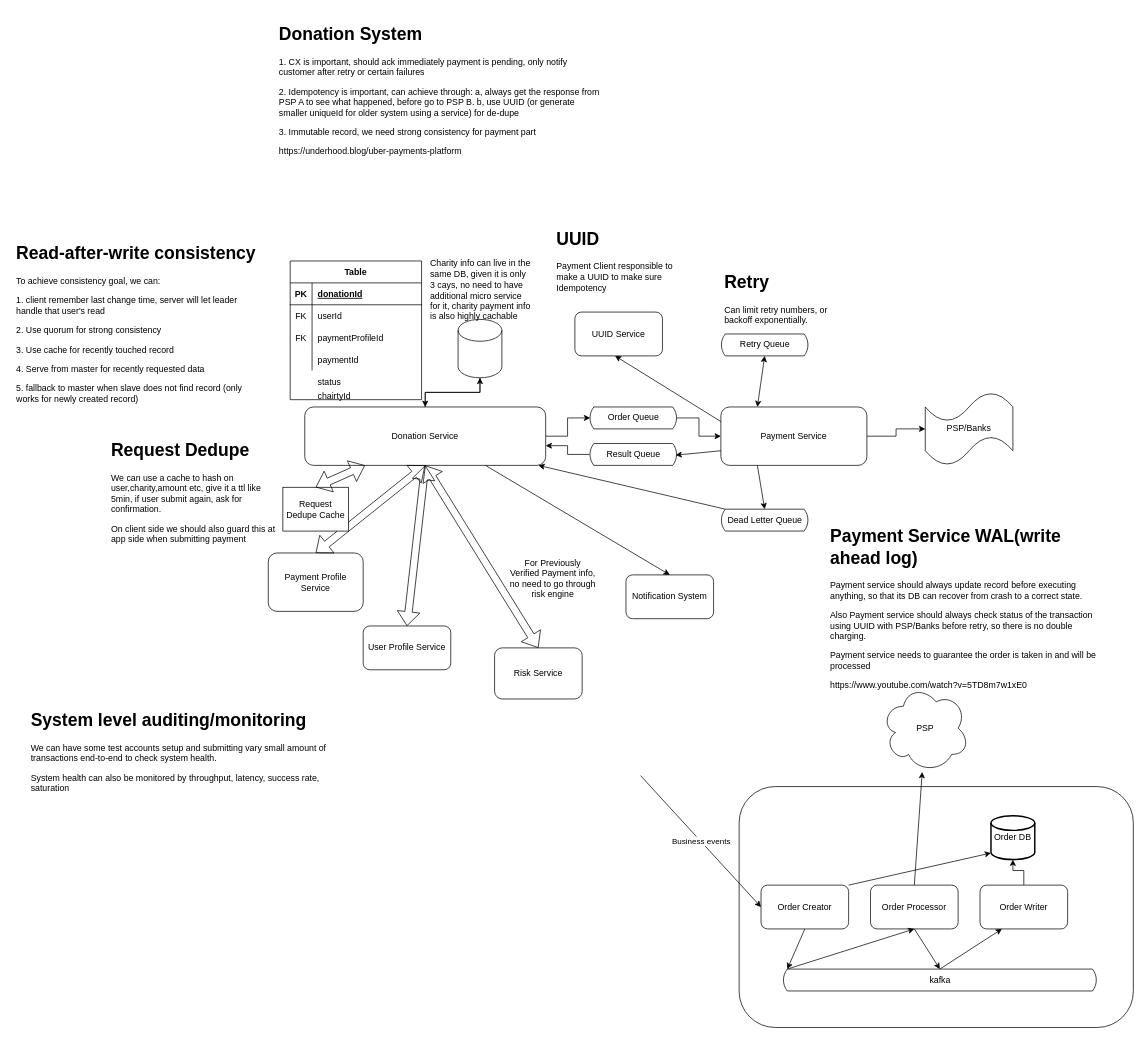
Before: System Design Diagrams/Donation System Diagram.drawio in zyy890316/CS-Notes, a draw.io diagram. Source tidied: cells renumbered, new cells numbered last; positions are measured from the earlier drawing's top-left corner, leaving out a move shared by most shapes. Both pictures are drawn from the tidied source at 73%, with x=0, y=0 at pixel (12, 20).
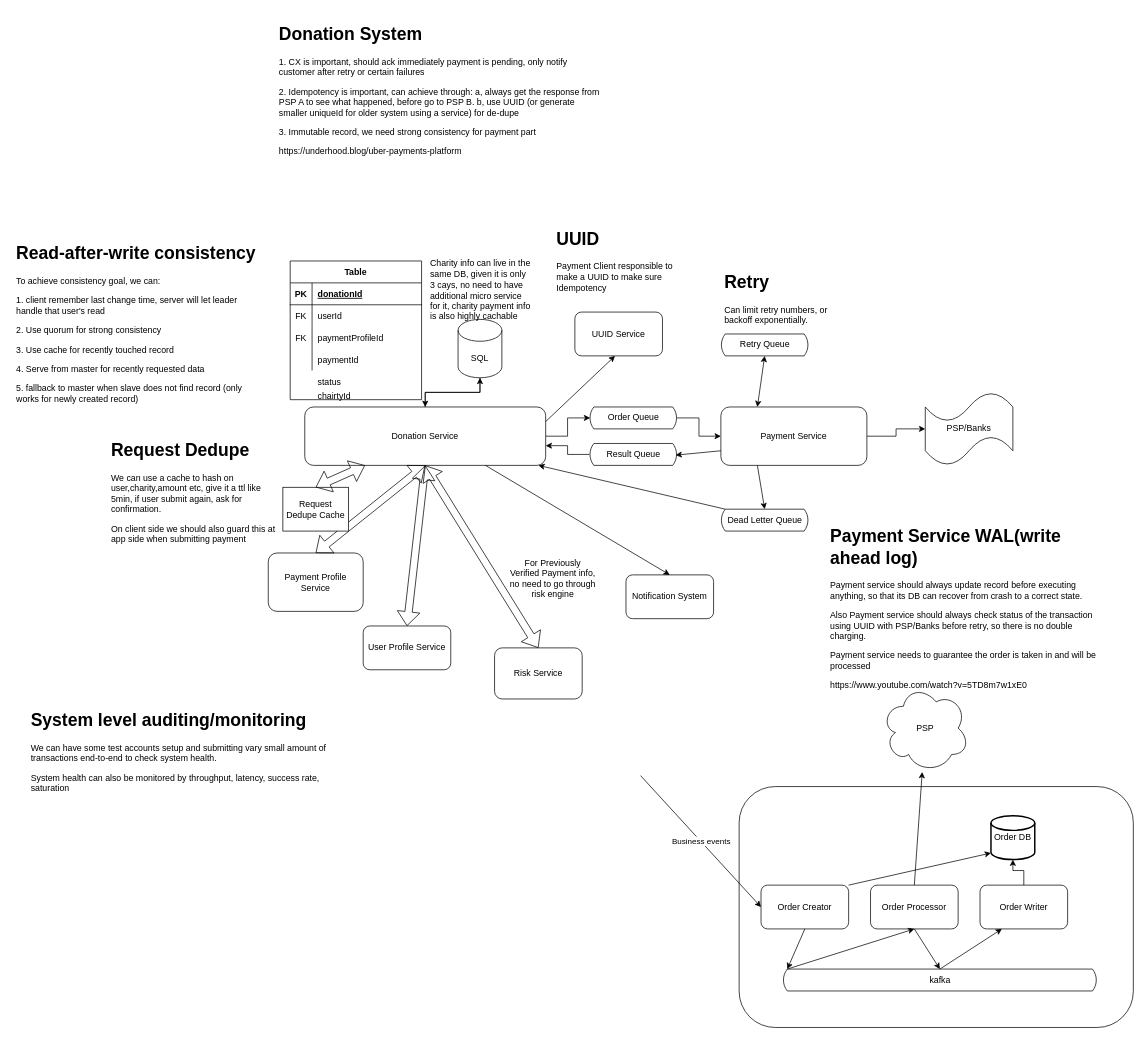
Above is the later version.

The change refers to these unchanged cells:
```xml
<mxCell id="6" value="Donation Service" style="rounded=1;whiteSpace=wrap;html=1;" parent="1" vertex="1">
  <mxGeometry x="400" y="530" width="330" height="80" as="geometry" />
</mxCell>
<mxCell id="12" value="Payment Service" style="rounded=1;whiteSpace=wrap;html=1;" parent="1" vertex="1">
  <mxGeometry x="970" y="530" width="200" height="80" as="geometry" />
</mxCell>
```

Change to the diagram source:
```diff
@@
-    <mxCell id="8" style="shape=cylinder3;whiteSpace=wrap;html=1;boundedLbl=1;backgroundOutline=1;size=15;" parent="1" vertex="1">
+    <mxCell id="8" value="SQL" style="shape=cylinder3;whiteSpace=wrap;html=1;boundedLbl=1;backgroundOutline=1;size=15;" parent="1" vertex="1">
       <mxGeometry x="610" y="410" width="60" height="80" as="geometry" />
     </mxCell>
@@
-    <mxCell id="37" style="endArrow=classic;html=1;entryX=0.5;entryY=0.5;entryDx=0;entryDy=60;entryPerimeter=0;exitX=0;exitY=0.25;exitDx=0;exitDy=0;" parent="1" edge="1" source="12">
+    <mxCell id="37" style="endArrow=classic;html=1;entryX=0.5;entryY=0.5;entryDx=0;entryDy=60;entryPerimeter=0;exitX=1;exitY=0.25;exitDx=0;exitDy=0;" parent="1" edge="1" source="6">
       <mxGeometry relative="1" as="geometry">
         <mxPoint x="825" y="460" as="targetPoint" />
       </mxGeometry>
     </mxCell>
```
